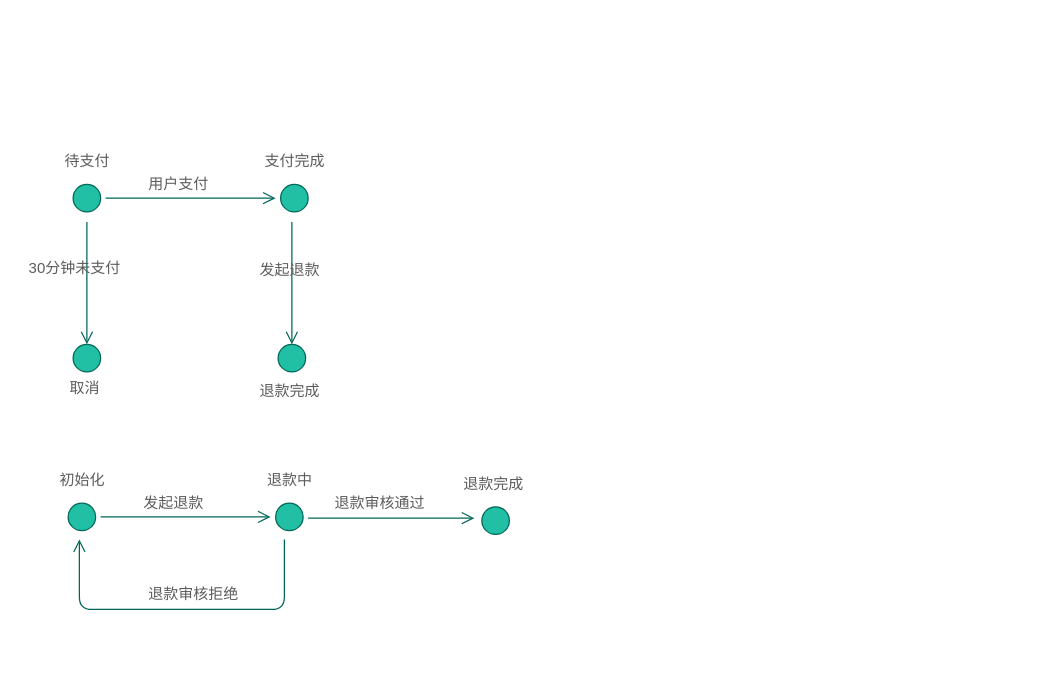
The draw.io diagram order-refund.drawio in zhaoershuang/flow-chart, before the edit. Source tidied: cells renumbered, new cells numbered last; positions are measured from the earlier drawing's top-left corner, leaving out a move shared by most shapes. Both pictures are drawn from the tidied source at 125%, with x=0, y=0 at pixel (21, 150).
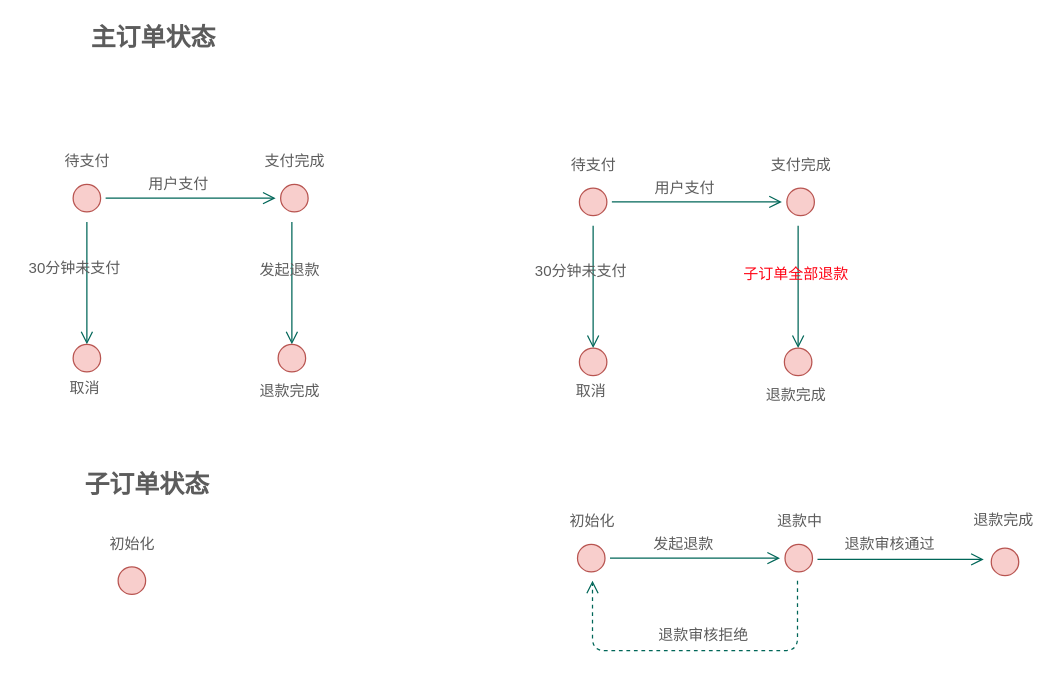
The same diagram, later.

The edit, as a diff of the source:
```diff
@@
-    <mxCell id="2" style="ellipse;html=1;shape=startState;fillColor=#21C0A5;direction=west;strokeColor=#006658;fontColor=#5C5C5C;" parent="1" vertex="1">
+    <mxCell id="2" style="ellipse;html=1;shape=startState;fillColor=#f8cecc;direction=west;strokeColor=#b85450;" parent="1" vertex="1">
       <mxGeometry x="37" y="23" width="30" height="30" as="geometry" />
     </mxCell>
@@
-    <mxCell id="5" style="ellipse;html=1;shape=startState;direction=west;fillColor=#21C0A5;strokeColor=#006658;fontColor=#5C5C5C;" parent="1" vertex="1">
+    <mxCell id="5" style="ellipse;html=1;shape=startState;direction=west;fillColor=#f8cecc;strokeColor=#b85450;" parent="1" vertex="1">
       <mxGeometry x="203" y="23" width="30" height="30" as="geometry" />
     </mxCell>
@@
-    <mxCell id="10" style="ellipse;html=1;shape=startState;direction=west;fillColor=#21C0A5;strokeColor=#006658;fontColor=#5C5C5C;" parent="1" vertex="1">
+    <mxCell id="10" style="ellipse;html=1;shape=startState;direction=west;fillColor=#f8cecc;strokeColor=#b85450;" parent="1" vertex="1">
       <mxGeometry x="37" y="151" width="30" height="30" as="geometry" />
     </mxCell>
@@
-    <mxCell id="14" style="ellipse;html=1;shape=startState;direction=west;fillColor=#21C0A5;strokeColor=#006658;fontColor=#5C5C5C;" parent="1" vertex="1">
+    <mxCell id="14" style="ellipse;html=1;shape=startState;direction=west;fillColor=#f8cecc;strokeColor=#b85450;" parent="1" vertex="1">
       <mxGeometry x="201" y="151" width="30" height="30" as="geometry" />
     </mxCell>
@@
-    <mxCell id="16" style="ellipse;html=1;shape=startState;fillColor=#21C0A5;direction=west;strokeColor=#006658;fontColor=#5C5C5C;" parent="1" vertex="1">
-      <mxGeometry x="33" y="278" width="30" height="30" as="geometry" />
+    <mxCell id="16" style="ellipse;html=1;shape=startState;fillColor=#f8cecc;direction=west;strokeColor=#b85450;" parent="1" vertex="1">
+      <mxGeometry x="440.5" y="311" width="30" height="30" as="geometry" />
     </mxCell>
@@
     <mxCell id="18" value="初始化" style="text;html=1;align=center;verticalAlign=middle;fontColor=#5C5C5C;" parent="1" vertex="1">
-      <mxGeometry x="25" y="255" width="46" height="18" as="geometry" />
+      <mxGeometry x="432.5" y="288" width="46" height="18" as="geometry" />
     </mxCell>
-    <mxCell id="19" style="ellipse;html=1;shape=startState;direction=west;fillColor=#21C0A5;strokeColor=#006658;fontColor=#5C5C5C;" parent="1" vertex="1">
-      <mxGeometry x="199" y="278" width="30" height="30" as="geometry" />
+    <mxCell id="19" style="ellipse;html=1;shape=startState;direction=west;fillColor=#f8cecc;strokeColor=#b85450;" parent="1" vertex="1">
+      <mxGeometry x="606.5" y="311" width="30" height="30" as="geometry" />
     </mxCell>
     <mxCell id="20" value="退款中" style="text;html=1;align=center;verticalAlign=middle;fontColor=#5C5C5C;" parent="1" vertex="1">
-      <mxGeometry x="191" y="255" width="46" height="18" as="geometry" />
+      <mxGeometry x="598.5" y="288" width="46" height="18" as="geometry" />
     </mxCell>
     <mxCell id="21" value="发起退款" style="text;html=1;align=center;verticalAlign=middle;fontColor=#5C5C5C;" parent="1" vertex="1">
-      <mxGeometry x="92" y="273" width="58" height="18" as="geometry" />
+      <mxGeometry x="499.5" y="306" width="58" height="18" as="geometry" />
     </mxCell>
     <mxCell id="22" style="edgeStyle=orthogonalEdgeStyle;html=1;verticalAlign=bottom;endArrow=open;endSize=8;strokeColor=#006658;fontColor=#5C5C5C;" parent="1" edge="1">
       <mxGeometry relative="1" as="geometry">
-        <mxPoint x="229" y="294" as="sourcePoint" />
-        <mxPoint x="362" y="294" as="targetPoint" />
+        <mxPoint x="636.5" y="327" as="sourcePoint" />
+        <mxPoint x="769.5" y="327" as="targetPoint" />
       </mxGeometry>
     </mxCell>
-    <mxCell id="23" style="ellipse;html=1;shape=startState;direction=west;fillColor=#21C0A5;strokeColor=#006658;fontColor=#5C5C5C;" parent="1" vertex="1">
-      <mxGeometry x="364" y="281" width="30" height="30" as="geometry" />
+    <mxCell id="23" style="ellipse;html=1;shape=startState;direction=west;fillColor=#f8cecc;strokeColor=#b85450;" parent="1" vertex="1">
+      <mxGeometry x="771.5" y="314" width="30" height="30" as="geometry" />
     </mxCell>
     <mxCell id="24" value="退款完成" style="text;html=1;align=center;verticalAlign=middle;fontColor=#5C5C5C;" parent="1" vertex="1">
-      <mxGeometry x="348" y="258" width="58" height="18" as="geometry" />
+      <mxGeometry x="755.5" y="287" width="58" height="18" as="geometry" />
     </mxCell>
     <mxCell id="25" value="退款审核通过" style="text;html=1;align=center;verticalAlign=middle;fontColor=#5C5C5C;" parent="1" vertex="1">
-      <mxGeometry x="245" y="273" width="82" height="18" as="geometry" />
+      <mxGeometry x="652.5" y="306" width="82" height="18" as="geometry" />
     </mxCell>
-    <mxCell id="26" style="edgeStyle=orthogonalEdgeStyle;html=1;verticalAlign=bottom;endArrow=open;endSize=8;strokeColor=#006658;fontColor=#5C5C5C;" parent="1" edge="1">
+    <mxCell id="26" style="edgeStyle=orthogonalEdgeStyle;html=1;verticalAlign=bottom;endArrow=open;endSize=8;strokeColor=#006658;fontColor=#5C5C5C;dashed=1;" parent="1" edge="1">
       <mxGeometry relative="1" as="geometry">
-        <mxPoint x="210" y="311" as="sourcePoint" />
-        <mxPoint x="46" y="311" as="targetPoint" />
+        <mxPoint x="620.5" y="344" as="sourcePoint" />
+        <mxPoint x="456.5" y="344" as="targetPoint" />
         <Array as="points">
-          <mxPoint x="210" y="367" />
-          <mxPoint x="46" y="367" />
+          <mxPoint x="620.5" y="400" />
+          <mxPoint x="456.5" y="400" />
         </Array>
       </mxGeometry>
     </mxCell>
     <mxCell id="27" value="退款审核拒绝" style="text;html=1;align=center;verticalAlign=middle;fontColor=#5C5C5C;" parent="1" vertex="1">
-      <mxGeometry x="96" y="346" width="82" height="18" as="geometry" />
+      <mxGeometry x="503.5" y="379" width="82" height="18" as="geometry" />
     </mxCell>
+    <mxCell id="28" style="ellipse;html=1;shape=startState;fillColor=#f8cecc;direction=west;strokeColor=#b85450;" parent="1" vertex="1">
+      <mxGeometry x="442" y="26" width="30" height="30" as="geometry" />
+    </mxCell>
+    <mxCell id="29" style="edgeStyle=orthogonalEdgeStyle;html=1;verticalAlign=bottom;endArrow=open;endSize=8;strokeColor=#006658;entryX=1;entryY=0.5;entryDx=0;entryDy=0;fontColor=#5C5C5C;" parent="1" edge="1" source="28" target="31">
+      <mxGeometry relative="1" as="geometry" />
+    </mxCell>
+    <mxCell id="30" value="待支付" style="text;html=1;align=center;verticalAlign=middle;fontColor=#5C5C5C;" parent="1" vertex="1">
+      <mxGeometry x="434" y="3" width="46" height="18" as="geometry" />
+    </mxCell>
+    <mxCell id="31" style="ellipse;html=1;shape=startState;direction=west;fillColor=#f8cecc;strokeColor=#b85450;" parent="1" vertex="1">
+      <mxGeometry x="608" y="26" width="30" height="30" as="geometry" />
+    </mxCell>
+    <mxCell id="32" value="支付完成" style="text;html=1;align=center;verticalAlign=middle;fontColor=#5C5C5C;" parent="1" vertex="1">
+      <mxGeometry x="594" y="3" width="58" height="18" as="geometry" />
+    </mxCell>
+    <mxCell id="33" value="用户支付" style="text;html=1;align=center;verticalAlign=middle;fontColor=#5C5C5C;" parent="1" vertex="1">
+      <mxGeometry x="501" y="21" width="58" height="18" as="geometry" />
+    </mxCell>
+    <mxCell id="34" style="edgeStyle=orthogonalEdgeStyle;html=1;verticalAlign=bottom;endArrow=open;endSize=8;strokeColor=#006658;fontColor=#5C5C5C;" parent="1" edge="1">
+      <mxGeometry relative="1" as="geometry">
+        <mxPoint x="457" y="60" as="sourcePoint" />
+        <mxPoint x="457" y="158" as="targetPoint" />
+      </mxGeometry>
+    </mxCell>
+    <mxCell id="35" value="30分钟未支付" style="text;html=1;align=center;verticalAlign=middle;fontColor=#5C5C5C;" parent="1" vertex="1">
+      <mxGeometry x="405" y="88" width="83" height="18" as="geometry" />
+    </mxCell>
+    <mxCell id="36" style="ellipse;html=1;shape=startState;direction=west;fillColor=#f8cecc;strokeColor=#b85450;" parent="1" vertex="1">
+      <mxGeometry x="442" y="154" width="30" height="30" as="geometry" />
+    </mxCell>
+    <mxCell id="37" value="取消" style="text;html=1;align=center;verticalAlign=middle;fontColor=#5C5C5C;" parent="1" vertex="1">
+      <mxGeometry x="438" y="184" width="34" height="18" as="geometry" />
+    </mxCell>
+    <mxCell id="38" style="edgeStyle=orthogonalEdgeStyle;html=1;verticalAlign=bottom;endArrow=open;endSize=8;strokeColor=#006658;fontColor=#5C5C5C;" parent="1" edge="1">
+      <mxGeometry relative="1" as="geometry">
+        <mxPoint x="621" y="60" as="sourcePoint" />
+        <mxPoint x="621" y="158" as="targetPoint" />
+      </mxGeometry>
+    </mxCell>
+    <mxCell id="39" value="&lt;font color=&quot;#ff0516&quot;&gt;子订单全部退款&lt;/font&gt;" style="text;html=1;align=center;verticalAlign=middle;fontColor=#5C5C5C;" parent="1" vertex="1">
+      <mxGeometry x="572" y="90" width="94" height="18" as="geometry" />
+    </mxCell>
+    <mxCell id="40" style="ellipse;html=1;shape=startState;direction=west;fillColor=#f8cecc;strokeColor=#b85450;" parent="1" vertex="1">
+      <mxGeometry x="606" y="154" width="30" height="30" as="geometry" />
+    </mxCell>
+    <mxCell id="41" value="退款完成" style="text;html=1;align=center;verticalAlign=middle;fontColor=#5C5C5C;" parent="1" vertex="1">
+      <mxGeometry x="590" y="187" width="58" height="18" as="geometry" />
+    </mxCell>
+    <mxCell id="42" style="ellipse;html=1;shape=startState;fillColor=#f8cecc;direction=west;strokeColor=#b85450;" parent="1" vertex="1">
+      <mxGeometry x="73" y="329" width="30" height="30" as="geometry" />
+    </mxCell>
+    <mxCell id="43" value="初始化" style="text;html=1;align=center;verticalAlign=middle;fontColor=#5C5C5C;" parent="1" vertex="1">
+      <mxGeometry x="65" y="306" width="46" height="18" as="geometry" />
+    </mxCell>
+    <mxCell id="44" value="&lt;b&gt;&lt;font style=&quot;font-size: 20px&quot;&gt;主订单状态&lt;/font&gt;&lt;/b&gt;" style="text;html=1;align=center;verticalAlign=middle;fontColor=#5C5C5C;" parent="1" vertex="1">
+      <mxGeometry x="50" y="-102" width="110" height="21" as="geometry" />
+    </mxCell>
+    <mxCell id="45" value="&lt;b&gt;&lt;font style=&quot;font-size: 20px&quot;&gt;子订单状态&lt;/font&gt;&lt;/b&gt;" style="text;html=1;align=center;verticalAlign=middle;fontColor=#5C5C5C;" parent="1" vertex="1">
+      <mxGeometry x="45" y="255" width="110" height="21" as="geometry" />
+    </mxCell>
```
